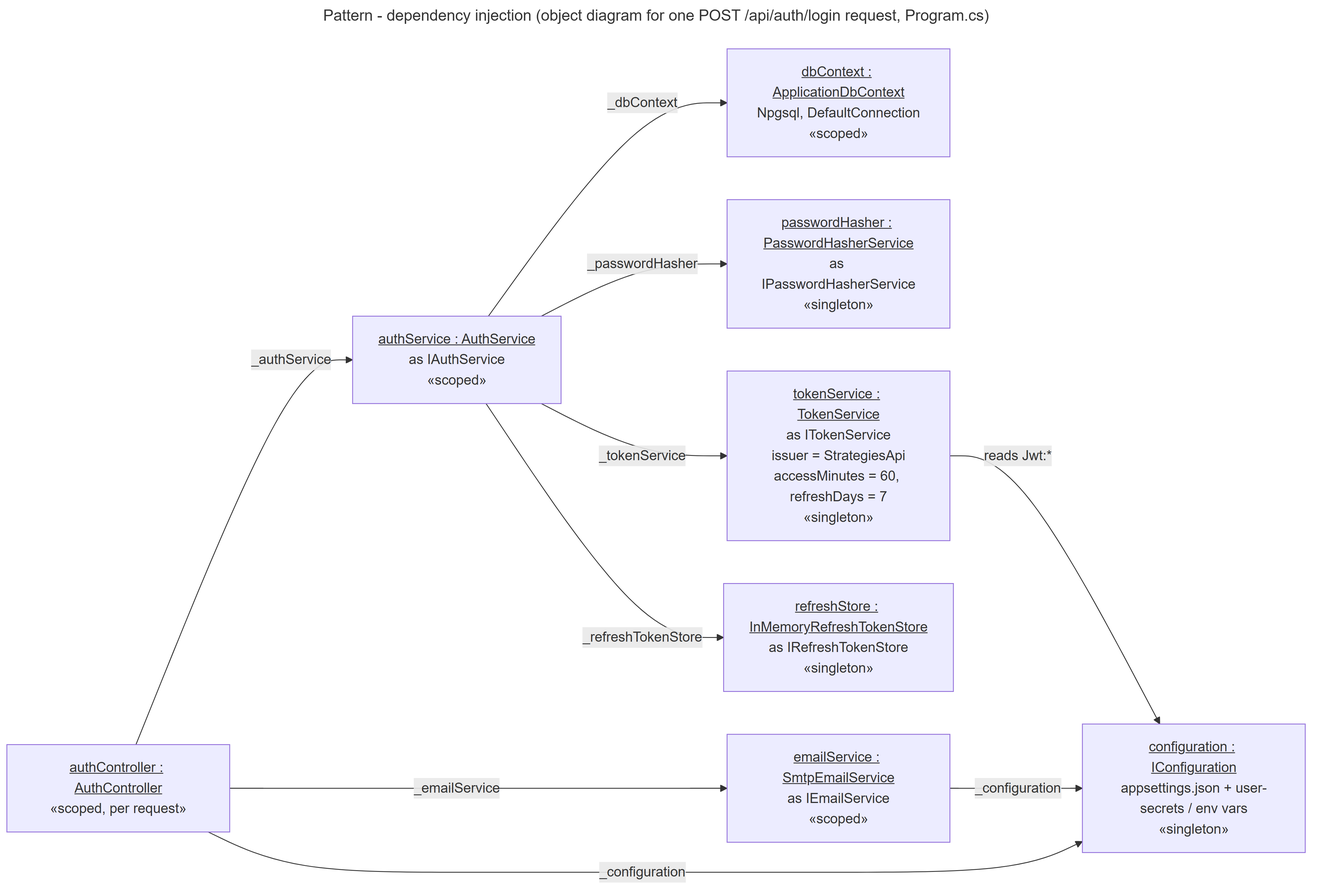
This is docs/diagrams/pattern-dependency-injection.png from Muthambi-Mbulungeni/final-project-api, a Mermaid export, as it was before one commit. Its source is kept beside it as docs/diagrams/pattern-dependency-injection.mmd.
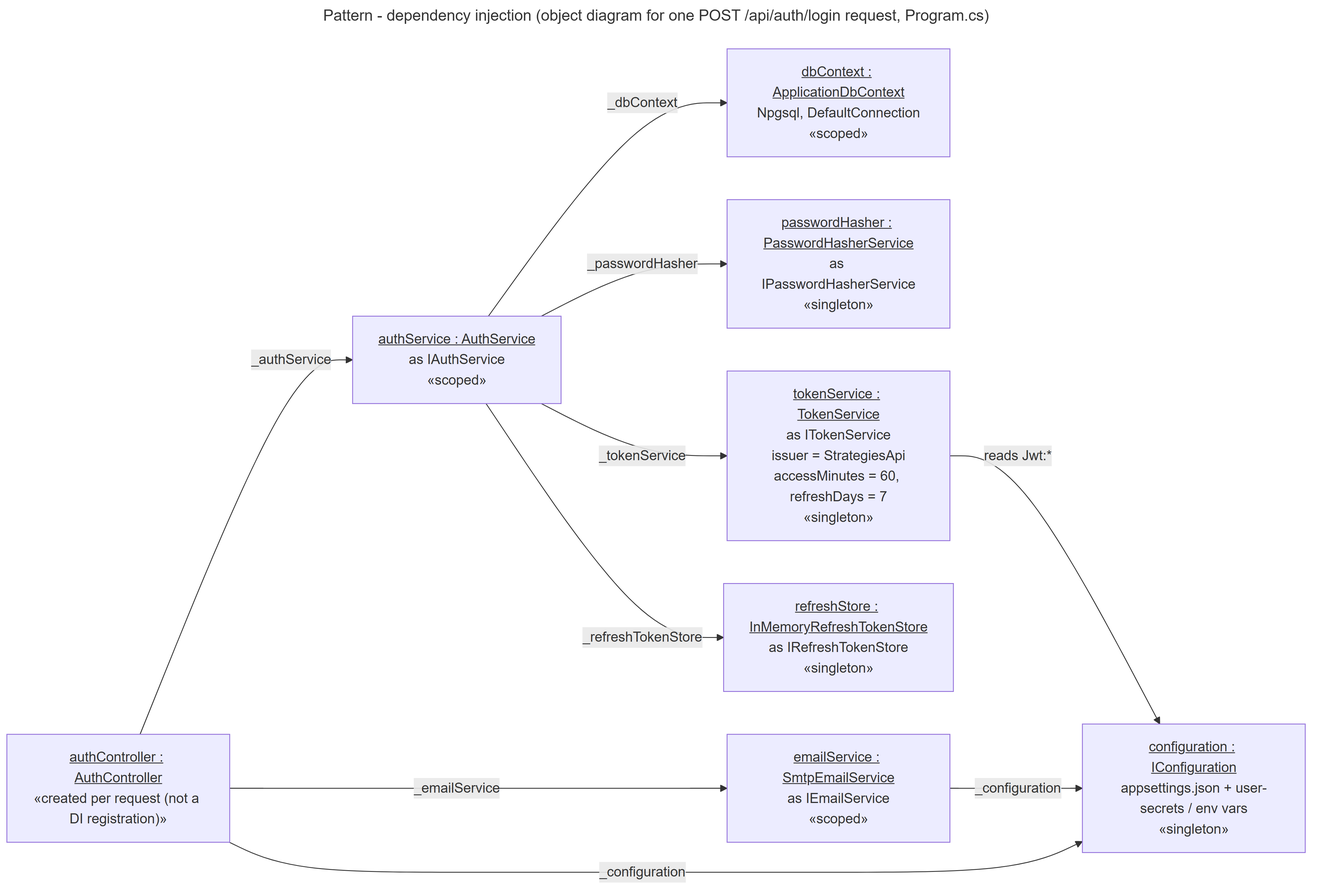
Above is the later version.

Change to the diagram source:
```diff
@@ -2,7 +2,7 @@
 title: Pattern - dependency injection (object diagram for one POST /api/auth/login request, Program.cs)
 ---
 flowchart LR
-    CTRL["<u>authController : AuthController</u><br>«scoped, per request»"]
+    CTRL["<u>authController : AuthController</u><br>«created per request (not a DI registration)»"]
     AS["<u>authService : AuthService</u><br>as IAuthService<br>«scoped»"]
     ES["<u>emailService : SmtpEmailService</u><br>as IEmailService<br>«scoped»"]
     DB["<u>dbContext : ApplicationDbContext</u><br>Npgsql, DefaultConnection<br>«scoped»"]
```
